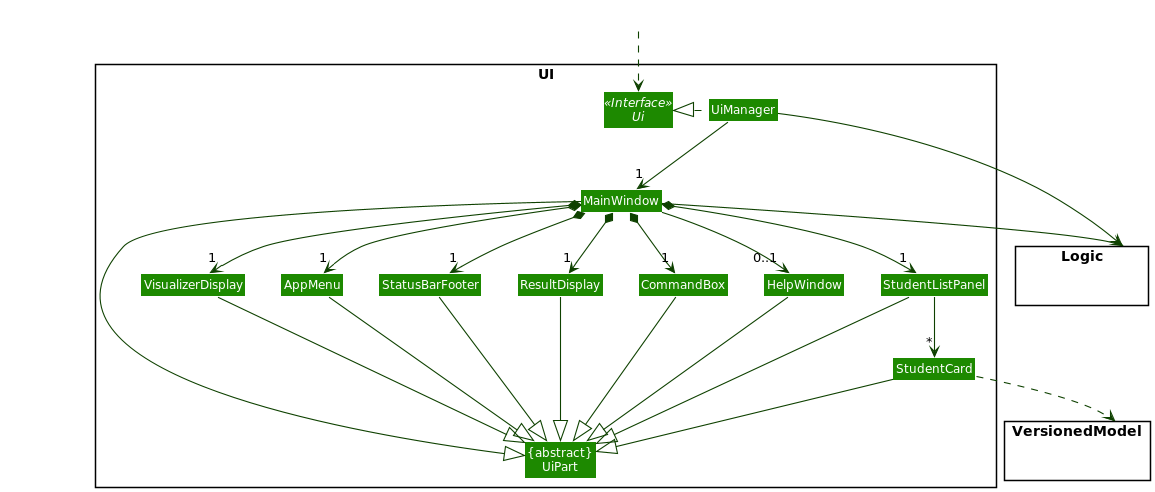
The PlantUML diagram docs/images/dg/architecture/ui/UiClassDiagram.png in nus-cs2103-AY2122S1/tp, before a commit. Its source is kept beside it as docs/diagrams/architecture/ui/UiClassDiagram.puml.
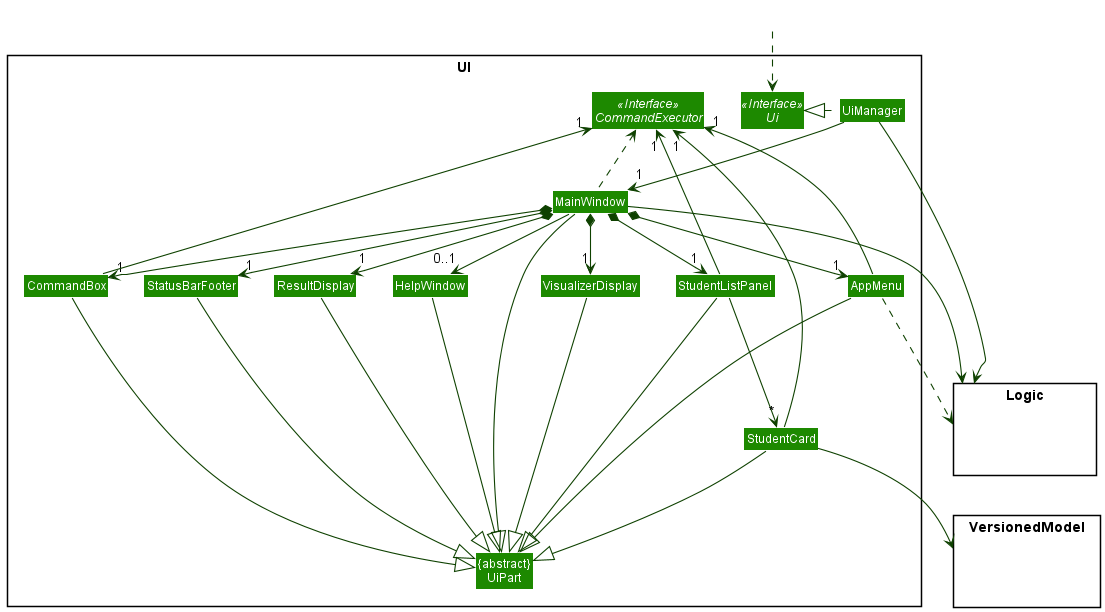
Later version of the same file.

Diff of the diagram source:
```diff
@@ -42,7 +42,7 @@
 MainWindow --> "0..1" HelpWindow
 
 
-StudentListPanel -up-> "*" StudentCard
+StudentListPanel -down--> "*" StudentCard
 
 MainWindow -left-|> UiPart
 AppMenu --|> UiPart
@@ -54,7 +54,15 @@
 StatusBarFooter --|> UiPart
 StudentCard --|> UiPart
 
-StudentCard ..> VersionedModel
+MainWindow ..up> CommandExecutor
+StudentCard -up> "1" CommandExecutor
+StudentListPanel -up> "1" CommandExecutor
+CommandBox -up> "1" CommandExecutor
+AppMenu -up> "1" CommandExecutor
+
+AppMenu ...> Logic
+
+StudentCard --> VersionedModel
 UiManager -right-> Logic
 MainWindow --> Logic
 
```
